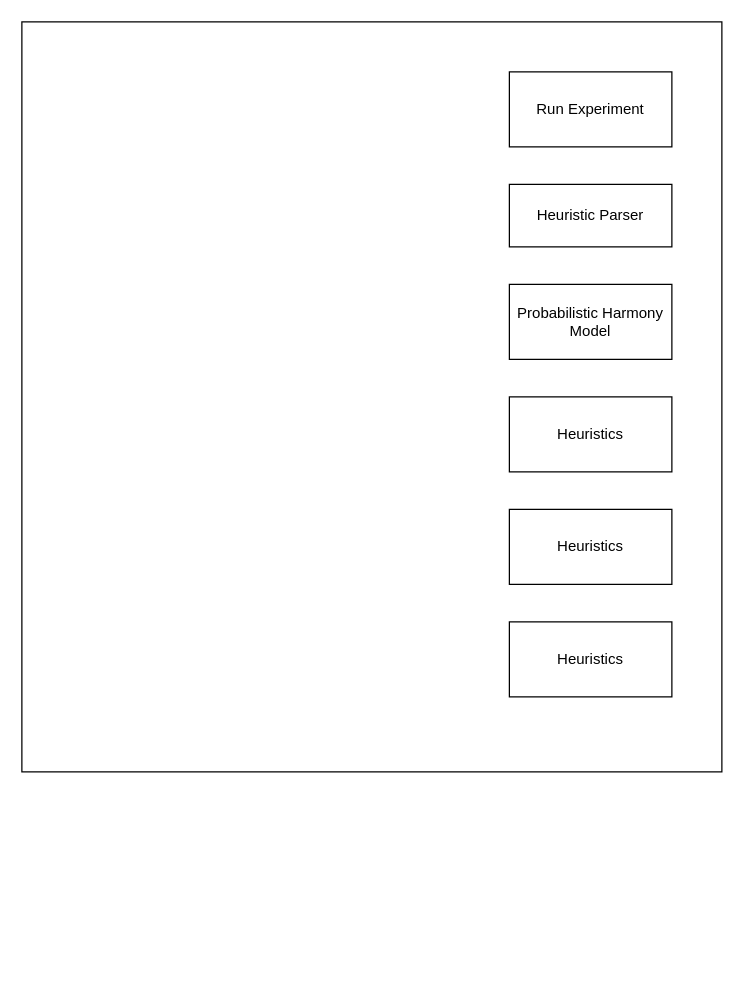
judah-daniels/dissertation keeps this draw.io diagram as figs/DissBlockDiagram.drawio. Above is the earlier version. Source tidied: cells renumbered, new cells numbered last; positions are measured from the earlier drawing's top-left corner, leaving out a move shared by most shapes. Both pictures are drawn from the tidied source at 125%, with x=0, y=0 at pixel (21, 21).
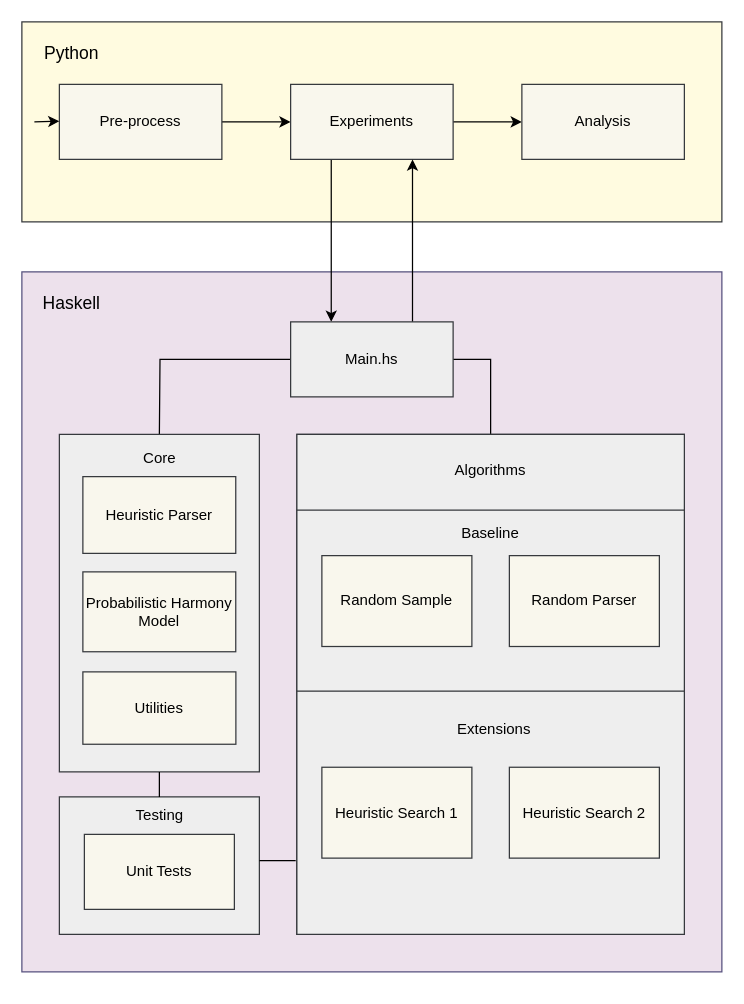
Above is the later version.

Commit message (it also covers changes not shown here):
Music diagrams

The edit, as a diff of the source:
```diff
@@
+    <mxCell id="9" style="rounded=0;whiteSpace=wrap;html=1;fillColor=#EDE1EC;strokeColor=#56517e;fontFamily=Computer Modern;" parent="1" vertex="1">
+      <mxGeometry y="200" width="560" height="560" as="geometry" />
+    </mxCell>
-    <mxCell id="2" style="rounded=0;whiteSpace=wrap;html=1;" parent="1" vertex="1">
-      <mxGeometry width="560" height="600" as="geometry" />
+    <mxCell id="2" style="rounded=0;whiteSpace=wrap;html=1;fillColor=#FFFBE0;strokeColor=#36393d;gradientColor=none;fontFamily=Computer Modern;" parent="1" vertex="1">
+      <mxGeometry width="560" height="160" as="geometry" />
     </mxCell>
+    <mxCell id="10" style="edgeStyle=orthogonalEdgeStyle;rounded=0;jettySize=auto;html=1;fontFamily=Computer Modern;" parent="1" edge="1" source="8" target="14">
+      <mxGeometry relative="1" as="geometry" />
+    </mxCell>
+    <mxCell id="8" value="Pre-process" style="whiteSpace=wrap;html=1;fillColor=#f9f7ed;strokeColor=#36393d;fontFamily=Computer Modern;" parent="1" vertex="1">
+      <mxGeometry x="30" y="50" width="130" height="60" as="geometry" />
+    </mxCell>
+    <mxCell id="11" style="edgeStyle=orthogonalEdgeStyle;rounded=0;orthogonalLoop=1;jettySize=auto;html=1;exitX=0.5;exitY=1;exitDx=0;exitDy=0;fontFamily=Computer Modern;" parent="1" edge="1" source="2" target="2">
+      <mxGeometry relative="1" as="geometry" />
+    </mxCell>
+    <mxCell id="12" style="edgeStyle=orthogonalEdgeStyle;rounded=0;jettySize=auto;html=1;fontFamily=Computer Modern;" parent="1" edge="1" source="14" target="15">
+      <mxGeometry relative="1" as="geometry" />
+    </mxCell>
+    <mxCell id="13" style="edgeStyle=orthogonalEdgeStyle;rounded=0;jettySize=auto;html=1;exitX=0.25;exitY=1;exitDx=0;exitDy=0;entryX=0.25;entryY=0;entryDx=0;entryDy=0;fontFamily=Computer Modern;" parent="1" edge="1" source="14" target="21">
+      <mxGeometry relative="1" as="geometry" />
+    </mxCell>
+    <mxCell id="14" value="Experiments" style="whiteSpace=wrap;html=1;fillColor=#f9f7ed;strokeColor=#36393d;fontFamily=Computer Modern;" parent="1" vertex="1">
+      <mxGeometry x="215" y="50" width="130" height="60" as="geometry" />
+    </mxCell>
+    <mxCell id="15" value="Analysis" style="whiteSpace=wrap;html=1;fillColor=#f9f7ed;strokeColor=#36393d;fontFamily=Computer Modern;" parent="1" vertex="1">
+      <mxGeometry x="400" y="50" width="130" height="60" as="geometry" />
+    </mxCell>
+    <mxCell id="16" value="Python" style="text;html=1;strokeColor=none;fillColor=none;align=center;verticalAlign=middle;whiteSpace=wrap;rounded=0;fontFamily=Computer Modern;fontSize=14;" parent="1" vertex="1">
+      <mxGeometry x="10" y="10" width="60" height="30" as="geometry" />
+    </mxCell>
+    <mxCell id="17" style="edgeStyle=orthogonalEdgeStyle;rounded=0;orthogonalLoop=1;jettySize=auto;html=1;exitX=0.5;exitY=1;exitDx=0;exitDy=0;fontFamily=Computer Modern;" parent="1" edge="1" source="9" target="9">
+      <mxGeometry relative="1" as="geometry" />
+    </mxCell>
+    <mxCell id="18" style="edgeStyle=orthogonalEdgeStyle;rounded=0;jettySize=auto;html=1;exitX=0.75;exitY=0;exitDx=0;exitDy=0;entryX=0.75;entryY=1;entryDx=0;entryDy=0;fontFamily=Computer Modern;" parent="1" edge="1" source="21" target="14">
+      <mxGeometry relative="1" as="geometry" />
+    </mxCell>
+    <mxCell id="19" style="edgeStyle=orthogonalEdgeStyle;rounded=0;jettySize=auto;html=1;exitX=0;exitY=0.5;exitDx=0;exitDy=0;startArrow=none;startFill=0;endArrow=none;endFill=0;fontFamily=Computer Modern;" parent="1" edge="1" source="21">
+      <mxGeometry relative="1" as="geometry">
+        <mxPoint x="110" y="330" as="targetPoint" />
+      </mxGeometry>
+    </mxCell>
+    <mxCell id="20" style="edgeStyle=orthogonalEdgeStyle;rounded=0;jettySize=auto;html=1;exitX=1;exitY=0.5;exitDx=0;exitDy=0;entryX=0.5;entryY=0;entryDx=0;entryDy=0;startArrow=none;startFill=0;endArrow=none;endFill=0;fontFamily=Computer Modern;" parent="1" edge="1" source="21" target="32">
+      <mxGeometry relative="1" as="geometry">
+        <Array as="points">
+          <mxPoint x="375" y="270" />
+        </Array>
+      </mxGeometry>
+    </mxCell>
+    <mxCell id="21" value="Main.hs" style="whiteSpace=wrap;html=1;fillColor=#eeeeee;strokeColor=#36393d;fontFamily=Computer Modern;" parent="1" vertex="1">
+      <mxGeometry x="215" y="240" width="130" height="60" as="geometry" />
+    </mxCell>
+    <mxCell id="22" value="Haskell" style="text;html=1;strokeColor=none;fillColor=none;align=center;verticalAlign=middle;whiteSpace=wrap;rounded=0;fontFamily=Computer Modern;fontSize=14;" parent="1" vertex="1">
+      <mxGeometry x="10" y="210" width="60" height="30" as="geometry" />
+    </mxCell>
+    <mxCell id="23" style="endArrow=classic;html=1;rounded=0;entryX=0;entryY=0.5;entryDx=0;entryDy=0;fontFamily=Computer Modern;" parent="1" edge="1">
+      <mxGeometry relative="1" as="geometry">
+        <mxPoint x="10" y="80" as="sourcePoint" />
+        <mxPoint x="30" y="79.5" as="targetPoint" />
+      </mxGeometry>
+    </mxCell>
+    <mxCell id="24" style="group;fillColor=#eeeeee;strokeColor=#36393d;fontFamily=Computer Modern;" parent="1" vertex="1">
+      <mxGeometry x="30" y="330" width="160" height="270" as="geometry" />
+    </mxCell>
-    <mxCell id="3" value="Heuristic Parser" style="rounded=0;whiteSpace=wrap;html=1;" parent="1" vertex="1">
-      <mxGeometry x="390" y="130" width="130" height="50" as="geometry" />
+    <mxCell id="3" value="Heuristic Parser" style="rounded=0;whiteSpace=wrap;html=1;fillColor=#f9f7ed;strokeColor=#36393d;fontFamily=Computer Modern;" parent="24" vertex="1">
+      <mxGeometry x="18.8" y="33.8" width="122.3" height="61.4" as="geometry" />
     </mxCell>
-    <mxCell id="4" value="Probabilistic Harmony Model" style="whiteSpace=wrap;html=1;" parent="1" vertex="1">
-      <mxGeometry x="390" y="210" width="130" height="60" as="geometry" />
+    <mxCell id="4" value="Probabilistic Harmony Model" style="whiteSpace=wrap;html=1;fillColor=#f9f7ed;strokeColor=#36393d;fontFamily=Computer Modern;" parent="24" vertex="1">
+      <mxGeometry x="18.8" y="110" width="122.3" height="63.9" as="geometry" />
     </mxCell>
-    <mxCell id="5" value="Heuristics" style="whiteSpace=wrap;html=1;" parent="1" vertex="1">
-      <mxGeometry x="390" y="300" width="130" height="60" as="geometry" />
-    </mxCell>
-    <mxCell id="6" value="Heuristics" style="whiteSpace=wrap;html=1;" parent="1" vertex="1">
-      <mxGeometry x="390" y="390" width="130" height="60" as="geometry" />
-    </mxCell>
-    <mxCell id="7" value="Heuristics" style="whiteSpace=wrap;html=1;" parent="1" vertex="1">
-      <mxGeometry x="390" y="480" width="130" height="60" as="geometry" />
-    </mxCell>
-    <mxCell id="8" value="Run Experiment" style="whiteSpace=wrap;html=1;" parent="1" vertex="1">
-      <mxGeometry x="390" y="40" width="130" height="60" as="geometry" />
-    </mxCell>
+    <mxCell id="25" value="Utilities" style="whiteSpace=wrap;html=1;fillColor=#f9f7ed;strokeColor=#36393d;fontFamily=Computer Modern;" parent="24" vertex="1">
+      <mxGeometry x="18.8" y="190" width="122.4" height="57.9" as="geometry" />
+    </mxCell>
+    <mxCell id="26" value="Core" style="text;html=1;strokeColor=none;fillColor=none;align=center;verticalAlign=middle;whiteSpace=wrap;rounded=0;fontFamily=Computer Modern;" parent="24" vertex="1">
+      <mxGeometry x="51.8" y="4.8" width="56.5" height="28.9" as="geometry" />
+    </mxCell>
+    <mxCell id="27" style="group;fillColor=#eeeeee;strokeColor=#36393d;fontFamily=Computer Modern;" parent="1" vertex="1">
+      <mxGeometry x="30" y="620" width="160" height="110" as="geometry" />
+    </mxCell>
+    <mxCell id="28" value="Testing" style="text;html=1;strokeColor=none;fillColor=none;align=center;verticalAlign=middle;whiteSpace=wrap;rounded=0;fontFamily=Computer Modern;" parent="27" vertex="1">
+      <mxGeometry x="51.8" y="6.1" width="56.5" height="18.3" as="geometry" />
+    </mxCell>
+    <mxCell id="29" value="Unit Tests" style="rounded=0;whiteSpace=wrap;html=1;fillColor=#f9f7ed;strokeColor=#36393d;fontFamily=Computer Modern;" parent="27" vertex="1">
+      <mxGeometry x="20" y="30" width="120" height="60" as="geometry" />
+    </mxCell>
+    <mxCell id="30" style="endArrow=none;html=1;rounded=0;entryX=-0.003;entryY=0.697;entryDx=0;entryDy=0;entryPerimeter=0;fontFamily=Computer Modern;" parent="27" edge="1" target="35">
+      <mxGeometry relative="1" as="geometry">
+        <mxPoint x="160" y="51" as="sourcePoint" />
+      </mxGeometry>
+    </mxCell>
+    <mxCell id="31" style="group;fillColor=#eeeeee;strokeColor=#36393d;fontFamily=Computer Modern;" parent="1" vertex="1">
+      <mxGeometry x="220" y="330" width="310" height="400" as="geometry" />
+    </mxCell>
+    <mxCell id="32" style="rounded=0;whiteSpace=wrap;html=1;fillColor=#eeeeee;strokeColor=#36393d;fontFamily=Computer Modern;" parent="31" vertex="1">
+      <mxGeometry width="310" height="400" as="geometry" />
+    </mxCell>
+    <mxCell id="33" value="Algorithms" style="text;html=1;strokeColor=none;fillColor=none;align=center;verticalAlign=middle;whiteSpace=wrap;rounded=0;fontFamily=Computer Modern;" parent="31" vertex="1">
+      <mxGeometry x="125" y="10.8" width="60" height="36.4" as="geometry" />
+    </mxCell>
+    <mxCell id="34" style="rounded=0;whiteSpace=wrap;html=1;fillColor=#eeeeee;strokeColor=#36393d;fontFamily=Computer Modern;" parent="31" vertex="1">
+      <mxGeometry y="60.6" width="310" height="145.5" as="geometry" />
+    </mxCell>
+    <mxCell id="35" style="rounded=0;whiteSpace=wrap;html=1;fillColor=#eeeeee;strokeColor=#36393d;fontFamily=Computer Modern;" parent="31" vertex="1">
+      <mxGeometry y="205.4" width="310" height="194.6" as="geometry" />
+    </mxCell>
+    <mxCell id="36" value="Random Sample" style="rounded=0;whiteSpace=wrap;html=1;fillColor=#f9f7ed;strokeColor=#36393d;fontFamily=Computer Modern;" parent="31" vertex="1">
+      <mxGeometry x="20" y="97" width="120" height="72.7" as="geometry" />
+    </mxCell>
+    <mxCell id="37" value="Baseline" style="text;html=1;strokeColor=none;fillColor=none;align=center;verticalAlign=middle;whiteSpace=wrap;rounded=0;fontFamily=Computer Modern;" parent="31" vertex="1">
+      <mxGeometry x="125" y="60.6" width="60" height="36.4" as="geometry" />
+    </mxCell>
+    <mxCell id="38" value="Extensions" style="text;html=1;strokeColor=none;fillColor=none;align=center;verticalAlign=middle;whiteSpace=wrap;rounded=0;fontFamily=Computer Modern;" parent="31" vertex="1">
+      <mxGeometry x="127.5" y="218.2" width="60" height="36.4" as="geometry" />
+    </mxCell>
+    <mxCell id="39" value="Random Parser" style="rounded=0;whiteSpace=wrap;html=1;fillColor=#f9f7ed;strokeColor=#36393d;fontFamily=Computer Modern;" parent="31" vertex="1">
+      <mxGeometry x="170" y="97" width="120" height="72.7" as="geometry" />
+    </mxCell>
+    <mxCell id="40" value="Heuristic Search 1" style="rounded=0;whiteSpace=wrap;html=1;fillColor=#f9f7ed;strokeColor=#36393d;fontFamily=Computer Modern;" parent="31" vertex="1">
+      <mxGeometry x="20" y="266.3" width="120" height="72.7" as="geometry" />
+    </mxCell>
+    <mxCell id="41" value="Heuristic Search 2" style="rounded=0;whiteSpace=wrap;html=1;fillColor=#f9f7ed;strokeColor=#36393d;fontFamily=Computer Modern;" parent="31" vertex="1">
+      <mxGeometry x="170" y="266.3" width="120" height="72.7" as="geometry" />
+    </mxCell>
+    <mxCell id="42" style="endArrow=none;html=1;rounded=0;fontFamily=Computer Modern;" parent="1" edge="1">
+      <mxGeometry relative="1" as="geometry">
+        <mxPoint x="110" y="620" as="sourcePoint" />
+        <mxPoint x="110" y="600" as="targetPoint" />
+      </mxGeometry>
+    </mxCell>
```
